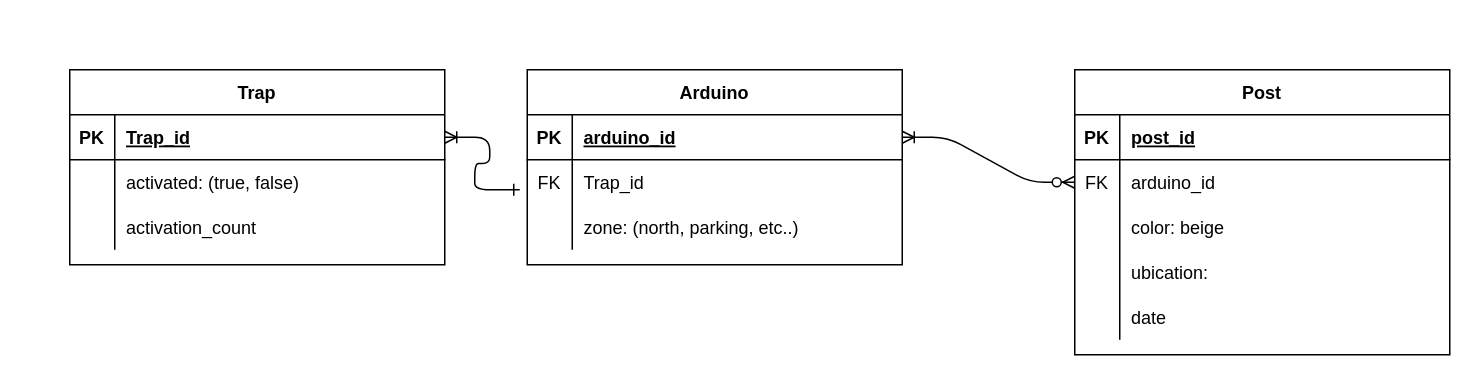
Before: ERM IoT.drawio in EmergenBis/emergenbis-iot-backend, a draw.io diagram. Source tidied: cells renumbered, new cells numbered last; positions are measured from the earlier drawing's top-left corner, leaving out a move shared by most shapes. Both pictures are drawn from the tidied source at 150%, with x=0, y=0 at pixel (69, 69).
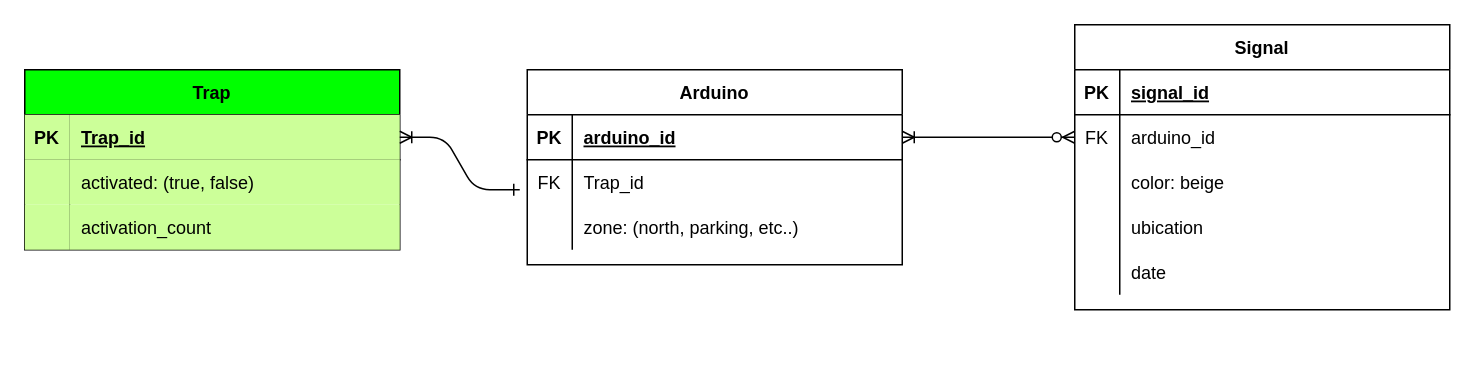
Above is the later version.

Unchanged cells that the change refers to:
```xml
<mxCell id="4" style="shape=partialRectangle;fillColor=none;points=[[0,0.5],[1,0.5]];portConstraint=eastwest;top=0;left=0;right=0;bottom=1;" parent="3" vertex="1">
  <mxGeometry y="30" width="250" height="30" as="geometry" />
</mxCell>
<mxCell id="7" style="shape=partialRectangle;fillColor=none;top=0;left=0;right=0;bottom=0;" parent="3" vertex="1">
  <mxGeometry y="60" width="250" height="30" as="geometry" />
</mxCell>
<mxCell id="10" style="shape=partialRectangle;fillColor=none;top=0;left=0;right=0;bottom=0;" parent="3" vertex="1">
  <mxGeometry y="90" width="250" height="30" as="geometry" />
</mxCell>
<mxCell id="14" style="shape=partialRectangle;fillColor=none;top=0;left=0;right=0;bottom=1;" parent="13" vertex="1">
  <mxGeometry y="30" width="250" height="30" as="geometry" />
</mxCell>
<mxCell id="23" style="shape=partialRectangle;fillColor=none;top=0;left=0;right=0;bottom=0;" parent="13" vertex="1">
  <mxGeometry y="120" width="250" height="30" as="geometry" />
</mxCell>
```

What changed in the source:
```diff
@@
-    <mxCell id="3" value="Trap" style="shape=table;startSize=30;childLayout=tableLayout;rowLines=0;fontStyle=1;align=center;" parent="1" vertex="1">
-      <mxGeometry width="250" height="130" as="geometry" />
+    <mxCell id="3" value="Trap" style="shape=table;startSize=30;childLayout=tableLayout;rowLines=0;fontStyle=1;align=center;fillColor=#00FF00;" parent="1" vertex="1">
+      <mxGeometry x="-30" width="250" height="120" as="geometry" />
     </mxCell>
@@
-    <mxCell id="5" value="PK" style="shape=partialRectangle;overflow=hidden;fillColor=none;top=0;left=0;bottom=0;right=0;fontStyle=1;" parent="4" vertex="1">
+    <mxCell id="5" value="PK" style="shape=partialRectangle;overflow=hidden;fillColor=#CCFF99;top=0;left=0;bottom=0;right=0;fontStyle=1;" parent="4" vertex="1">
       <mxGeometry width="30" height="30" as="geometry" />
     </mxCell>
-    <mxCell id="6" value="Trap_id" style="shape=partialRectangle;overflow=hidden;fillColor=none;top=0;left=0;bottom=0;right=0;align=left;spacingLeft=6;fontStyle=5;" parent="4" vertex="1">
+    <mxCell id="6" value="Trap_id" style="shape=partialRectangle;overflow=hidden;fillColor=#CCFF99;top=0;left=0;bottom=0;right=0;align=left;spacingLeft=6;fontStyle=5;" parent="4" vertex="1">
       <mxGeometry x="30" width="220" height="30" as="geometry" />
     </mxCell>
@@
-    <mxCell id="8" style="shape=partialRectangle;overflow=hidden;fillColor=none;top=0;left=0;bottom=0;right=0;" parent="7" vertex="1">
+    <mxCell id="8" style="shape=partialRectangle;overflow=hidden;fillColor=#CCFF99;top=0;left=0;bottom=0;right=0;" parent="7" vertex="1">
       <mxGeometry width="30" height="30" as="geometry" />
     </mxCell>
-    <mxCell id="9" value="activated: (true, false)" style="shape=partialRectangle;overflow=hidden;fillColor=none;top=0;left=0;bottom=0;right=0;align=left;spacingLeft=6;" parent="7" vertex="1">
+    <mxCell id="9" value="activated: (true, false)" style="shape=partialRectangle;overflow=hidden;fillColor=#CCFF99;top=0;left=0;bottom=0;right=0;align=left;spacingLeft=6;" parent="7" vertex="1">
       <mxGeometry x="30" width="220" height="30" as="geometry" />
     </mxCell>
@@
-    <mxCell id="11" style="shape=partialRectangle;overflow=hidden;fillColor=none;top=0;left=0;bottom=0;right=0;" parent="10" vertex="1">
+    <mxCell id="11" style="shape=partialRectangle;overflow=hidden;fillColor=#CCFF99;top=0;left=0;bottom=0;right=0;" parent="10" vertex="1">
       <mxGeometry width="30" height="30" as="geometry" />
     </mxCell>
-    <mxCell id="12" value="activation_count" style="shape=partialRectangle;overflow=hidden;fillColor=none;top=0;left=0;bottom=0;right=0;align=left;spacingLeft=6;" parent="10" vertex="1">
+    <mxCell id="12" value="activation_count" style="shape=partialRectangle;overflow=hidden;fillColor=#CCFF99;top=0;left=0;bottom=0;right=0;align=left;spacingLeft=6;" parent="10" vertex="1">
       <mxGeometry x="30" width="220" height="30" as="geometry" />
     </mxCell>
-    <mxCell id="13" value="Post" style="shape=table;startSize=30;childLayout=tableLayout;rowLines=0;fontStyle=1;align=center;" parent="1" vertex="1">
-      <mxGeometry x="670" width="250" height="190" as="geometry" />
+    <mxCell id="13" value="Signal" style="shape=table;startSize=30;childLayout=tableLayout;rowLines=0;fontStyle=1;align=center;" parent="1" vertex="1">
+      <mxGeometry x="670" y="-30" width="250" height="190" as="geometry" />
     </mxCell>
@@
-    <mxCell id="16" value="post_id" style="shape=partialRectangle;overflow=hidden;fillColor=none;top=0;left=0;bottom=0;right=0;align=left;spacingLeft=6;fontStyle=5;" parent="14" vertex="1">
+    <mxCell id="16" value="signal_id" style="shape=partialRectangle;overflow=hidden;fillColor=none;top=0;left=0;bottom=0;right=0;align=left;spacingLeft=6;fontStyle=5;" parent="14" vertex="1">
       <mxGeometry x="30" width="220" height="30" as="geometry" />
     </mxCell>
@@
-    <mxCell id="25" value="ubication:" style="shape=partialRectangle;overflow=hidden;fillColor=none;top=0;left=0;bottom=0;right=0;align=left;spacingLeft=6;" parent="23" vertex="1">
+    <mxCell id="25" value="ubication" style="shape=partialRectangle;overflow=hidden;fillColor=none;top=0;left=0;bottom=0;right=0;align=left;spacingLeft=6;" parent="23" vertex="1">
       <mxGeometry x="30" width="220" height="30" as="geometry" />
     </mxCell>
```
